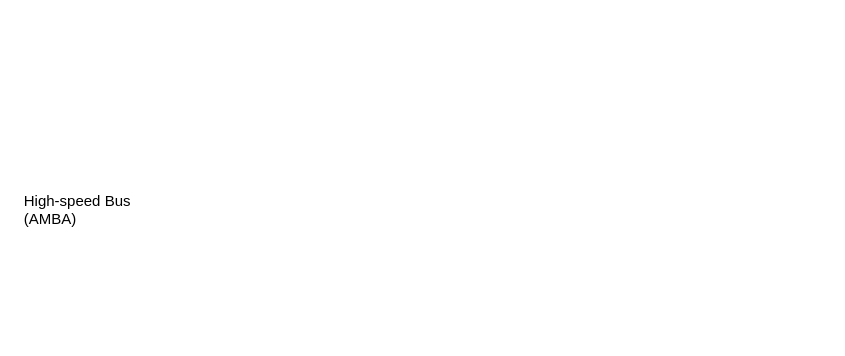
Earlier version of the draw.io diagram soc_gen.drawio (Saacman/soc_gen). Source tidied: cells renumbered, new cells numbered last; positions are measured from the earlier drawing's top-left corner, leaving out a move shared by most shapes. Both pictures are drawn from the tidied source at 125%, with x=0, y=0 at pixel (21, 184).
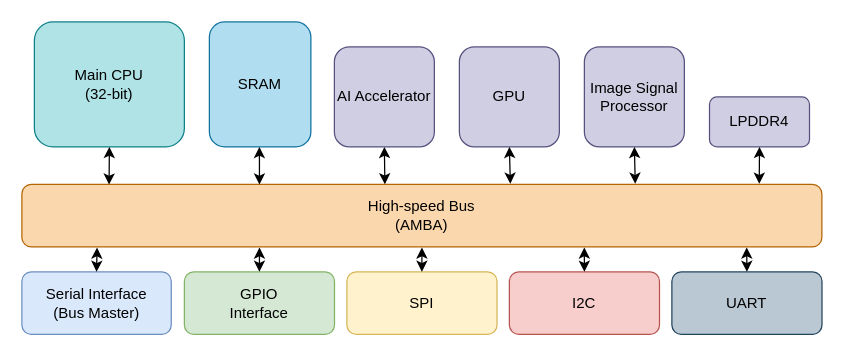
The same page after the edit.

Diff of the diagram source:
```diff
@@
-    <mxCell id="2" value="&lt;div&gt;High-speed Bus&lt;/div&gt;&lt;div&gt;(AMBA)&lt;br&gt;&lt;/div&gt;" style="text;whiteSpace=wrap;html=1;" parent="1" vertex="1">
-      <mxGeometry width="118" height="51" as="geometry" />
+    <mxCell id="2" value="&lt;div&gt;High-speed Bus&lt;/div&gt;&lt;div&gt;(AMBA)&lt;br&gt;&lt;/div&gt;" style="rounded=1;whiteSpace=wrap;html=1;points=[[0.09,0,0,0,0]];fillColor=#fad7ac;strokeColor=#b46504;" parent="1" vertex="1">
+      <mxGeometry width="640" height="50" as="geometry" />
     </mxCell>
+    <mxCell id="3" value="&lt;div&gt;Main CPU&lt;/div&gt;&lt;div&gt;(32-bit)&lt;br&gt;&lt;/div&gt;" style="rounded=1;whiteSpace=wrap;html=1;fillColor=#b0e3e6;strokeColor=#0e8088;" parent="1" vertex="1">
+      <mxGeometry x="10" y="-130" width="120" height="100" as="geometry" />
+    </mxCell>
+    <mxCell id="4" value="SRAM" style="rounded=1;whiteSpace=wrap;html=1;fillColor=#b1ddf0;strokeColor=#10739e;" parent="1" vertex="1">
+      <mxGeometry x="150" y="-130" width="81.2" height="100" as="geometry" />
+    </mxCell>
+    <mxCell id="5" value="&lt;div&gt;Serial Interface&lt;/div&gt;&lt;div&gt;(Bus Master)&lt;br&gt;&lt;/div&gt;" style="rounded=1;whiteSpace=wrap;html=1;fillColor=#dae8fc;strokeColor=#6c8ebf;" parent="1" vertex="1">
+      <mxGeometry y="70" width="119.5" height="50" as="geometry" />
+    </mxCell>
+    <mxCell id="6" value="&lt;div&gt;GPIO&lt;/div&gt;&lt;div&gt;Interface&lt;br&gt;&lt;/div&gt;" style="rounded=1;whiteSpace=wrap;html=1;fillColor=#d5e8d4;strokeColor=#82b366;" parent="1" vertex="1">
+      <mxGeometry x="130" y="70" width="120.1" height="50" as="geometry" />
+    </mxCell>
+    <mxCell id="7" value="SPI" style="rounded=1;whiteSpace=wrap;html=1;fillColor=#fff2cc;strokeColor=#d6b656;" parent="1" vertex="1">
+      <mxGeometry x="260" y="70" width="120.1" height="50" as="geometry" />
+    </mxCell>
+    <mxCell id="8" style="edgeStyle=orthogonalEdgeStyle;rounded=0;jettySize=auto;html=1;exitX=0.5;exitY=1;exitDx=0;exitDy=0;entryX=0.438;entryY=0;entryDx=0;entryDy=0;entryPerimeter=0;startArrow=classic;startFill=1;" parent="1" edge="1" source="9">
+      <mxGeometry relative="1" as="geometry">
+        <mxPoint x="290.4" as="targetPoint" />
+      </mxGeometry>
+    </mxCell>
+    <mxCell id="9" value="AI Accelerator" style="rounded=1;whiteSpace=wrap;html=1;fillColor=#d0cee2;strokeColor=#56517e;" parent="1" vertex="1">
+      <mxGeometry x="250" y="-110" width="80" height="80" as="geometry" />
+    </mxCell>
+    <mxCell id="10" value="GPU" style="rounded=1;whiteSpace=wrap;html=1;fillColor=#d0cee2;strokeColor=#56517e;" parent="1" vertex="1">
+      <mxGeometry x="350" y="-110" width="80" height="80" as="geometry" />
+    </mxCell>
+    <mxCell id="11" value="I2C" style="rounded=1;whiteSpace=wrap;html=1;fillColor=#f8cecc;strokeColor=#b85450;" parent="1" vertex="1">
+      <mxGeometry x="390" y="70" width="120.1" height="50" as="geometry" />
+    </mxCell>
+    <mxCell id="12" value="UART" style="rounded=1;whiteSpace=wrap;html=1;fillColor=#bac8d3;strokeColor=#23445d;" parent="1" vertex="1">
+      <mxGeometry x="520" y="70" width="120.1" height="50" as="geometry" />
+    </mxCell>
+    <mxCell id="13" style="edgeStyle=orthogonalEdgeStyle;rounded=0;jettySize=auto;html=1;exitX=0.5;exitY=1;exitDx=0;exitDy=0;entryX=0.109;entryY=0.004;entryDx=0;entryDy=0;entryPerimeter=0;startArrow=classic;startFill=1;" parent="1" edge="1" source="3" target="2">
+      <mxGeometry relative="1" as="geometry" />
+    </mxCell>
+    <mxCell id="14" style="ellipse;whiteSpace=wrap;html=1;" parent="1" vertex="1">
+      <mxGeometry x="190" as="geometry" />
+    </mxCell>
+    <mxCell id="15" style="edgeStyle=orthogonalEdgeStyle;rounded=0;jettySize=auto;html=1;entryX=0.297;entryY=0.003;entryDx=0;entryDy=0;entryPerimeter=0;startArrow=classic;startFill=1;" parent="1" edge="1" target="2">
+      <mxGeometry relative="1" as="geometry">
+        <mxPoint x="190" y="-30" as="sourcePoint" />
+      </mxGeometry>
+    </mxCell>
+    <mxCell id="16" style="edgeStyle=orthogonalEdgeStyle;rounded=0;jettySize=auto;html=1;exitX=0.5;exitY=1;exitDx=0;exitDy=0;entryX=0.595;entryY=-0.009;entryDx=0;entryDy=0;entryPerimeter=0;startArrow=classic;startFill=1;" parent="1" edge="1" source="10">
+      <mxGeometry relative="1" as="geometry">
+        <mxPoint x="390.8" y="-0.5" as="targetPoint" />
+      </mxGeometry>
+    </mxCell>
+    <mxCell id="17" style="edgeStyle=orthogonalEdgeStyle;rounded=0;orthogonalLoop=1;jettySize=auto;html=1;exitX=0.5;exitY=0;exitDx=0;exitDy=0;entryX=0.498;entryY=-0.014;entryDx=0;entryDy=0;entryPerimeter=0;" parent="1" edge="1" source="5" target="5">
+      <mxGeometry relative="1" as="geometry" />
+    </mxCell>
+    <mxCell id="18" style="edgeStyle=orthogonalEdgeStyle;rounded=0;jettySize=auto;html=1;exitX=0.5;exitY=0;exitDx=0;exitDy=0;entryX=0.094;entryY=1.01;entryDx=0;entryDy=0;entryPerimeter=0;startArrow=classic;startFill=1;" parent="1" edge="1" source="5" target="2">
+      <mxGeometry relative="1" as="geometry" />
+    </mxCell>
+    <mxCell id="19" style="edgeStyle=orthogonalEdgeStyle;rounded=0;jettySize=auto;html=1;exitX=0.5;exitY=0;exitDx=0;exitDy=0;entryX=0.297;entryY=1.01;entryDx=0;entryDy=0;entryPerimeter=0;startArrow=classic;startFill=1;" parent="1" edge="1" source="6" target="2">
+      <mxGeometry relative="1" as="geometry" />
+    </mxCell>
+    <mxCell id="20" style="edgeStyle=orthogonalEdgeStyle;rounded=0;jettySize=auto;html=1;exitX=0.5;exitY=0;exitDx=0;exitDy=0;entryX=0.5;entryY=1.009;entryDx=0;entryDy=0;entryPerimeter=0;startArrow=classic;startFill=1;" parent="1" edge="1" source="7" target="2">
+      <mxGeometry relative="1" as="geometry" />
+    </mxCell>
+    <mxCell id="21" style="edgeStyle=orthogonalEdgeStyle;rounded=0;jettySize=auto;html=1;exitX=0.5;exitY=0;exitDx=0;exitDy=0;entryX=0.703;entryY=1.009;entryDx=0;entryDy=0;entryPerimeter=0;startArrow=classic;startFill=1;" parent="1" edge="1" source="11" target="2">
+      <mxGeometry relative="1" as="geometry" />
+    </mxCell>
+    <mxCell id="22" style="edgeStyle=orthogonalEdgeStyle;rounded=0;jettySize=auto;html=1;exitX=0.5;exitY=0;exitDx=0;exitDy=0;entryX=0.906;entryY=1.009;entryDx=0;entryDy=0;entryPerimeter=0;startArrow=classic;startFill=1;" parent="1" edge="1" source="12" target="2">
+      <mxGeometry relative="1" as="geometry" />
+    </mxCell>
+    <mxCell id="23" value="&lt;div&gt;Image Signal&lt;/div&gt;&lt;div&gt;Processor&lt;br&gt;&lt;/div&gt;" style="rounded=1;whiteSpace=wrap;html=1;fillColor=#d0cee2;strokeColor=#56517e;" parent="1" vertex="1">
+      <mxGeometry x="450" y="-110" width="80" height="80" as="geometry" />
+    </mxCell>
+    <mxCell id="24" value="LPDDR4" style="rounded=1;whiteSpace=wrap;html=1;fillColor=#d0cee2;strokeColor=#56517e;" parent="1" vertex="1">
+      <mxGeometry x="550.1" y="-70" width="80" height="40" as="geometry" />
+    </mxCell>
+    <mxCell id="25" style="edgeStyle=orthogonalEdgeStyle;rounded=0;jettySize=auto;html=1;exitX=0.5;exitY=1;exitDx=0;exitDy=0;entryX=0.751;entryY=-0.011;entryDx=0;entryDy=0;entryPerimeter=0;startArrow=classic;startFill=1;" parent="1" edge="1" source="23">
+      <mxGeometry relative="1" as="geometry">
+        <mxPoint x="490.7" y="-0.5" as="targetPoint" />
+      </mxGeometry>
+    </mxCell>
+    <mxCell id="26" style="edgeStyle=orthogonalEdgeStyle;rounded=0;jettySize=auto;html=1;exitX=0.5;exitY=1;exitDx=0;exitDy=0;entryX=0.906;entryY=-0.009;entryDx=0;entryDy=0;entryPerimeter=0;startArrow=classic;startFill=1;" parent="1" edge="1" source="24">
+      <mxGeometry relative="1" as="geometry">
+        <mxPoint x="589.9" y="-0.5" as="targetPoint" />
+      </mxGeometry>
+    </mxCell>
```
